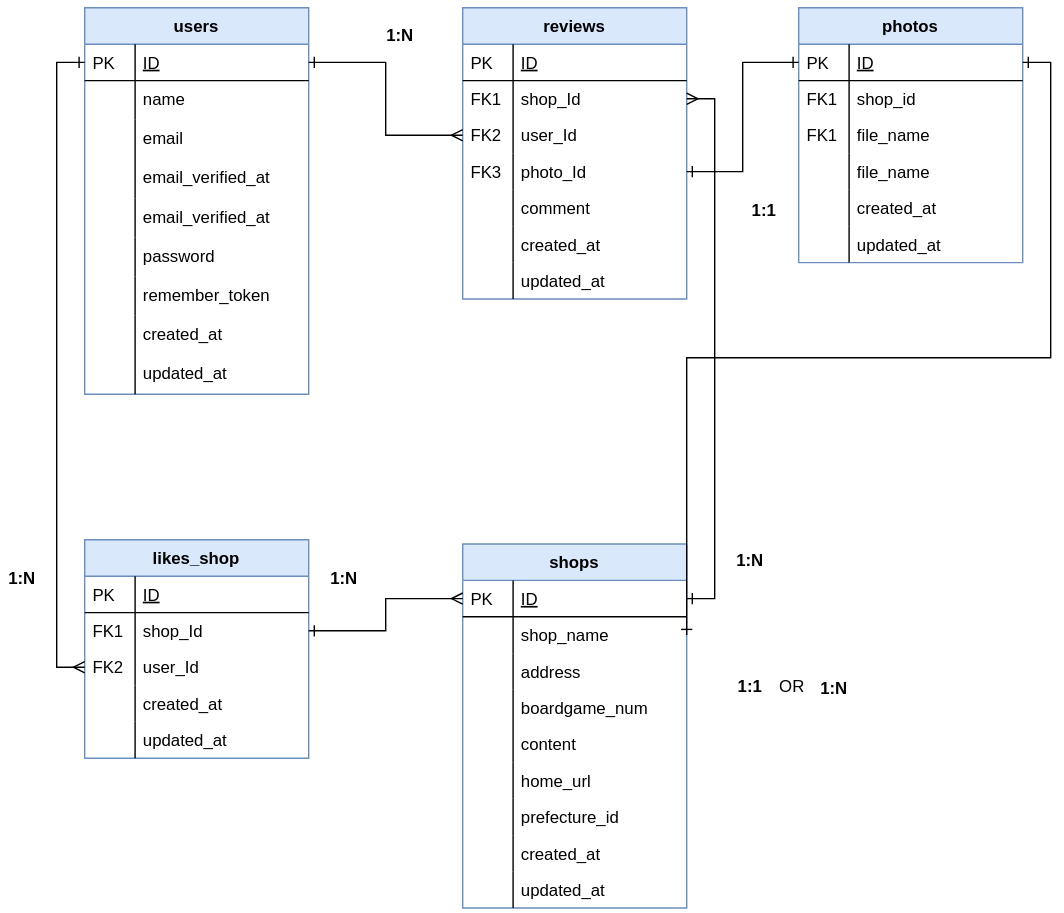
The draw.io diagram boardgame-reviews/doc/er.svg in k-taiga/boardgame-reviews, before a commit. Source tidied: cells renumbered, new cells last; positions are measured from the earlier drawing's top-left corner, leaving out a move shared by most shapes.
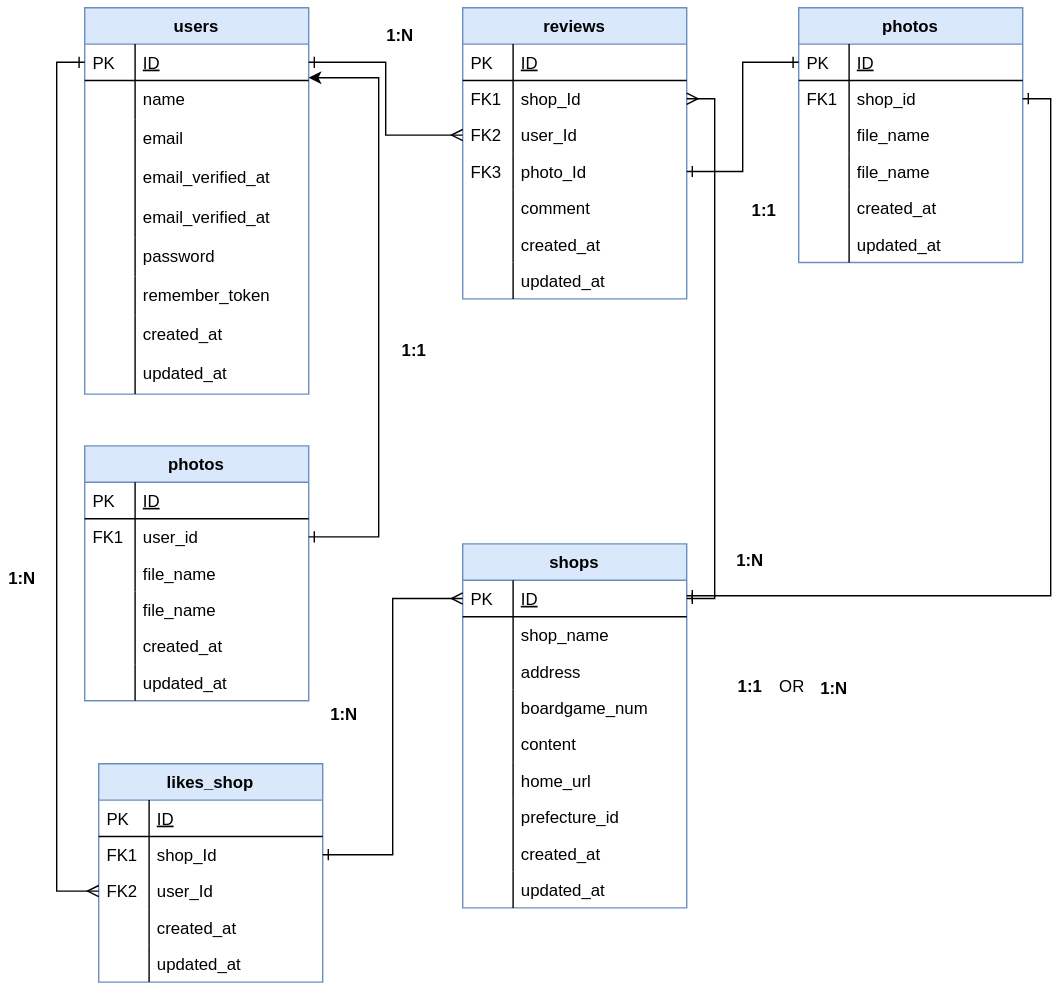
The same file after the commit.

Diff of the diagram source:
```diff
@@ -162,7 +162,7 @@
       <mxGeometry width="36" height="26" as="geometry" />
     </mxCell>
     <mxCell id="55" value="likes_shop" style="swimlane;fontStyle=1;horizontal=1;startSize=26;rounded=0;shadow=0;strokeWidth=1;fillColor=#dae8fc;strokeColor=#6c8ebf;" parent="1" vertex="1">
-      <mxGeometry x="60" y="385" width="160" height="156" as="geometry" />
+      <mxGeometry x="70" y="545" width="160" height="156" as="geometry" />
     </mxCell>
     <mxCell id="56" value="ID" style="shape=partialRectangle;top=0;left=0;right=0;bottom=1;align=left;verticalAlign=top;fillColor=none;spacingLeft=40;spacingRight=4;overflow=hidden;rounded=0;shadow=0;strokeWidth=1;fontStyle=4;" parent="55" vertex="1">
       <mxGeometry y="26" width="160" height="26" as="geometry" />
@@ -216,7 +216,7 @@
       <mxGeometry y="388" width="30" height="50" as="geometry" />
     </mxCell>
     <mxCell id="73" value="&lt;h4&gt;1:N&lt;/h4&gt;" style="text;html=1;align=center;verticalAlign=middle;fillColor=none;strokeColor=none;rounded=0;fontFamily=Helvetica;" parent="1" vertex="1">
-      <mxGeometry x="230" y="388" width="30" height="50" as="geometry" />
+      <mxGeometry x="230" y="485" width="30" height="50" as="geometry" />
     </mxCell>
     <mxCell id="74" value="photos" style="swimlane;fontStyle=1;horizontal=1;startSize=26;rounded=0;shadow=0;strokeWidth=1;fillColor=#dae8fc;strokeColor=#6c8ebf;" parent="1" vertex="1">
       <mxGeometry x="570" y="5" width="160" height="182" as="geometry" />
@@ -236,7 +236,7 @@
     <mxCell id="79" value="file_name" style="shape=partialRectangle;top=0;left=0;right=0;bottom=0;align=left;verticalAlign=top;fillColor=none;spacingLeft=40;spacingRight=4;overflow=hidden;rounded=0;shadow=0;strokeWidth=1;strokeColor=none;" parent="74" vertex="1">
       <mxGeometry y="78" width="160" height="26" as="geometry" />
     </mxCell>
-    <mxCell id="80" value="FK1&#10;" style="shape=partialRectangle;top=0;left=0;bottom=0;fillColor=none;align=left;verticalAlign=top;spacingLeft=4;spacingRight=4;overflow=hidden;" parent="79" vertex="1">
+    <mxCell id="80" style="shape=partialRectangle;top=0;left=0;bottom=0;fillColor=none;align=left;verticalAlign=top;spacingLeft=4;spacingRight=4;overflow=hidden;" parent="79" vertex="1">
       <mxGeometry width="36" height="26" as="geometry" />
     </mxCell>
     <mxCell id="81" value="file_name" style="shape=partialRectangle;top=0;left=0;right=0;bottom=0;align=left;verticalAlign=top;fillColor=none;spacingLeft=40;spacingRight=4;overflow=hidden;rounded=0;shadow=0;strokeWidth=1;labelBorderColor=none;strokeColor=#000000;" parent="74" vertex="1">
@@ -260,9 +260,13 @@
     <mxCell id="87" style="edgeStyle=orthogonalEdgeStyle;rounded=0;jettySize=auto;html=1;exitX=1;exitY=0.5;exitDx=0;exitDy=0;entryX=0;entryY=0.5;entryDx=0;entryDy=0;startArrow=ERone;startFill=0;endArrow=ERone;endFill=0;" parent="1" edge="1" source="47" target="75">
       <mxGeometry relative="1" as="geometry" />
     </mxCell>
-    <mxCell id="88" style="edgeStyle=orthogonalEdgeStyle;rounded=0;jettySize=auto;html=1;exitX=1;exitY=0.5;exitDx=0;exitDy=0;startArrow=ERone;startFill=0;endArrow=ERone;endFill=0;entryX=1;entryY=0.5;entryDx=0;entryDy=0;" parent="1" edge="1" target="75">
+    <mxCell id="88" style="edgeStyle=orthogonalEdgeStyle;rounded=0;jettySize=auto;html=1;startArrow=ERone;startFill=0;endArrow=ERone;endFill=0;entryX=1;entryY=0.5;entryDx=0;entryDy=0;" parent="1" edge="1" target="77">
       <mxGeometry relative="1" as="geometry">
-        <mxPoint x="490" y="453" as="sourcePoint" />
+        <mxPoint x="490" y="425" as="sourcePoint" />
+        <Array as="points">
+          <mxPoint x="750" y="425" />
+          <mxPoint x="750" y="70" />
+        </Array>
       </mxGeometry>
     </mxCell>
     <mxCell id="89" value="&lt;h4&gt;1:1&lt;/h4&gt;" style="text;html=1;align=center;verticalAlign=middle;fillColor=none;strokeColor=none;rounded=0;fontFamily=Helvetica;" parent="1" vertex="1">
@@ -277,5 +281,57 @@
     <mxCell id="92" value="OR" style="text;html=1;align=center;verticalAlign=middle;" parent="1" vertex="1">
       <mxGeometry x="550" y="480" width="30" height="20" as="geometry" />
     </mxCell>
+    <mxCell id="93" value="photos" style="swimlane;fontStyle=1;horizontal=1;startSize=26;rounded=0;shadow=0;strokeWidth=1;fillColor=#dae8fc;strokeColor=#6c8ebf;" parent="1" vertex="1">
+      <mxGeometry x="60" y="318" width="160" height="182" as="geometry" />
+    </mxCell>
+    <mxCell id="94" value="ID" style="shape=partialRectangle;top=0;left=0;right=0;bottom=1;align=left;verticalAlign=top;fillColor=none;spacingLeft=40;spacingRight=4;overflow=hidden;rounded=0;shadow=0;strokeWidth=1;fontStyle=4;" parent="93" vertex="1">
+      <mxGeometry y="26" width="160" height="26" as="geometry" />
+    </mxCell>
+    <mxCell id="95" value="PK" style="shape=partialRectangle;top=0;left=0;bottom=0;fillColor=none;align=left;verticalAlign=top;spacingLeft=4;spacingRight=4;overflow=hidden;" parent="94" vertex="1">
+      <mxGeometry width="36" height="26" as="geometry" />
+    </mxCell>
+    <mxCell id="96" value="user_id&#10;" style="shape=partialRectangle;top=0;left=0;right=0;bottom=0;align=left;verticalAlign=top;fillColor=none;spacingLeft=40;spacingRight=4;overflow=hidden;points=[[0,0.5],[1,0.5]];portConstraint=eastwest;rounded=0;shadow=0;strokeWidth=1;strokeColor=none;" parent="93" vertex="1">
+      <mxGeometry y="52" width="160" height="26" as="geometry" />
+    </mxCell>
+    <mxCell id="97" value="FK1" style="shape=partialRectangle;top=0;left=0;bottom=0;fillColor=none;align=left;verticalAlign=top;spacingLeft=4;spacingRight=4;overflow=hidden;" parent="96" vertex="1">
+      <mxGeometry width="36" height="26" as="geometry" />
+    </mxCell>
+    <mxCell id="98" value="file_name" style="shape=partialRectangle;top=0;left=0;right=0;bottom=0;align=left;verticalAlign=top;fillColor=none;spacingLeft=40;spacingRight=4;overflow=hidden;rounded=0;shadow=0;strokeWidth=1;strokeColor=none;" parent="93" vertex="1">
+      <mxGeometry y="78" width="160" height="26" as="geometry" />
+    </mxCell>
+    <mxCell id="99" style="shape=partialRectangle;top=0;left=0;bottom=0;fillColor=none;align=left;verticalAlign=top;spacingLeft=4;spacingRight=4;overflow=hidden;" parent="98" vertex="1">
+      <mxGeometry width="36" height="26" as="geometry" />
+    </mxCell>
+    <mxCell id="100" value="file_name" style="shape=partialRectangle;top=0;left=0;right=0;bottom=0;align=left;verticalAlign=top;fillColor=none;spacingLeft=40;spacingRight=4;overflow=hidden;rounded=0;shadow=0;strokeWidth=1;labelBorderColor=none;strokeColor=#000000;" parent="93" vertex="1">
+      <mxGeometry y="104" width="160" height="26" as="geometry" />
+    </mxCell>
+    <mxCell id="101" style="shape=partialRectangle;top=0;left=0;bottom=0;fillColor=none;align=left;verticalAlign=top;spacingLeft=4;spacingRight=4;overflow=hidden;" parent="100" vertex="1">
+      <mxGeometry width="36" height="26" as="geometry" />
+    </mxCell>
+    <mxCell id="102" value="created_at" style="shape=partialRectangle;top=0;left=0;right=0;bottom=0;align=left;verticalAlign=top;fillColor=none;spacingLeft=40;spacingRight=4;overflow=hidden;rounded=0;shadow=0;strokeWidth=1;" parent="93" vertex="1">
+      <mxGeometry y="130" width="160" height="26" as="geometry" />
+    </mxCell>
+    <mxCell id="103" style="shape=partialRectangle;top=0;left=0;bottom=0;fillColor=none;align=left;verticalAlign=top;spacingLeft=4;spacingRight=4;overflow=hidden;" parent="102" vertex="1">
+      <mxGeometry width="36" height="26" as="geometry" />
+    </mxCell>
+    <mxCell id="104" value="updated_at" style="shape=partialRectangle;top=0;left=0;right=0;bottom=0;align=left;verticalAlign=top;fillColor=none;spacingLeft=40;spacingRight=4;overflow=hidden;rounded=0;shadow=0;strokeWidth=1;" parent="93" vertex="1">
+      <mxGeometry y="156" width="160" height="26" as="geometry" />
+    </mxCell>
+    <mxCell id="105" style="shape=partialRectangle;top=0;left=0;bottom=0;fillColor=none;align=left;verticalAlign=top;spacingLeft=4;spacingRight=4;overflow=hidden;" parent="104" vertex="1">
+      <mxGeometry width="36" height="26" as="geometry" />
+    </mxCell>
+    <mxCell id="106" style="edgeStyle=orthogonalEdgeStyle;rounded=0;jettySize=auto;html=1;exitX=1;exitY=0.5;exitDx=0;exitDy=0;startArrow=ERone;startFill=0;" parent="1" edge="1" source="96">
+      <mxGeometry relative="1" as="geometry">
+        <mxPoint x="220" y="55" as="targetPoint" />
+        <Array as="points">
+          <mxPoint x="270" y="383" />
+          <mxPoint x="270" y="55" />
+          <mxPoint x="220" y="55" />
+        </Array>
+      </mxGeometry>
+    </mxCell>
+    <mxCell id="107" value="&lt;h4&gt;1:1&lt;/h4&gt;" style="text;html=1;align=center;verticalAlign=middle;fillColor=none;strokeColor=none;rounded=0;fontFamily=Helvetica;" parent="1" vertex="1">
+      <mxGeometry x="280" y="225" width="30" height="50" as="geometry" />
+    </mxCell>
   </root>
 </mxGraphModel>
```
